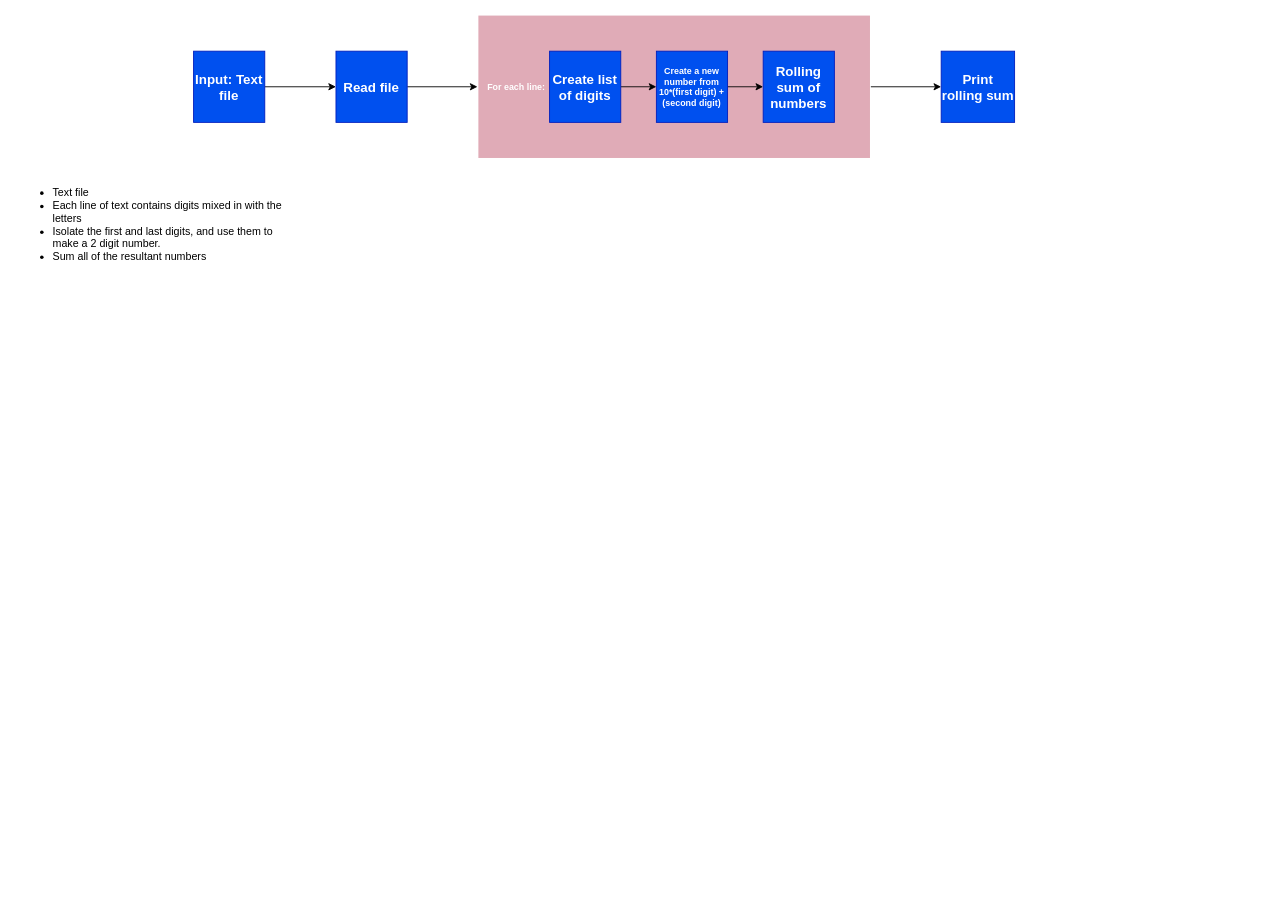
Before: Day1 Trebuchet.drawio in LouisC-H/Trebuchet, a draw.io diagram. Source tidied: cells renumbered, new cells numbered last; positions are measured from the earlier drawing's top-left corner, leaving out a move shared by most shapes. Both pictures are drawn from the tidied source at 89%, with x=0, y=0 at pixel (15, 15).
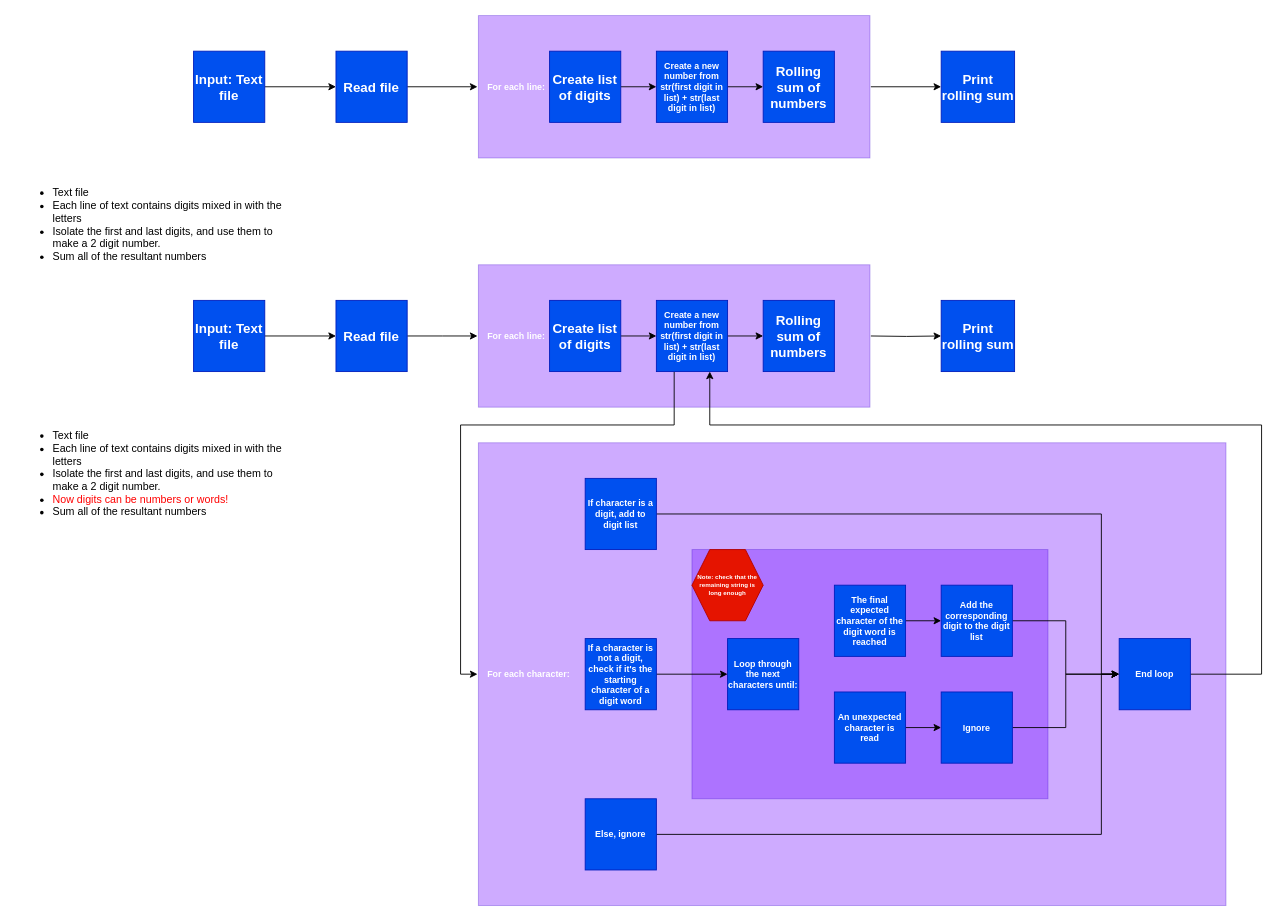
Above is the later version.

Change to the diagram source:
```diff
@@
+    <mxCell id="15" value="&lt;p style=&quot;line-height: 100%;&quot;&gt;&amp;nbsp; &amp;nbsp;For each character:&lt;/p&gt;" style="rounded=0;whiteSpace=wrap;html=1;fillColor=#6a00ff;fontColor=#ffffff;strokeColor=#3700CC;fontSize=10;fontStyle=1;align=left;opacity=33;perimeterSpacing=1;strokeWidth=1;verticalAlign=middle;" parent="1" vertex="1">
+      <mxGeometry x="520" y="480" width="840" height="520" as="geometry" />
+    </mxCell>
+    <mxCell id="16" value="&lt;p style=&quot;line-height: 100%;&quot;&gt;&lt;br&gt;&lt;/p&gt;" style="rounded=0;whiteSpace=wrap;html=1;fillColor=#6a00ff;fontColor=#ffffff;strokeColor=#3700CC;fontSize=10;fontStyle=1;align=left;opacity=33;perimeterSpacing=1;strokeWidth=1;verticalAlign=middle;" parent="1" vertex="1">
+      <mxGeometry x="760" y="600" width="400" height="280" as="geometry" />
+    </mxCell>
+    <mxCell id="17" value="&lt;p style=&quot;line-height: 100%;&quot;&gt;&amp;nbsp; &amp;nbsp;For each line:&lt;/p&gt;" style="rounded=0;whiteSpace=wrap;html=1;fillColor=#6a00ff;fontColor=#ffffff;strokeColor=#3700CC;fontSize=10;fontStyle=1;align=left;opacity=33;perimeterSpacing=1;strokeWidth=1;verticalAlign=middle;" parent="1" vertex="1">
+      <mxGeometry x="520" y="280" width="440" height="160" as="geometry" />
+    </mxCell>
@@
-    <mxCell id="8" value="&amp;nbsp; &amp;nbsp;For each line:" style="rounded=0;whiteSpace=wrap;html=1;fillColor=#a20025;fontColor=#ffffff;strokeColor=none;fontSize=10;fontStyle=1;align=left;opacity=33;perimeterSpacing=1;strokeWidth=1;" parent="1" vertex="1">
+    <mxCell id="8" value="&amp;nbsp; &amp;nbsp;For each line:" style="rounded=0;whiteSpace=wrap;html=1;fillColor=#6a00ff;fontColor=#ffffff;strokeColor=#3700CC;fontSize=10;fontStyle=1;align=left;opacity=33;perimeterSpacing=1;strokeWidth=1;" parent="1" vertex="1">
       <mxGeometry x="520" width="440" height="160" as="geometry" />
     </mxCell>
@@
-    <mxCell id="12" value="Create a new number from 10*(first digit) + (second digit)" style="rounded=0;whiteSpace=wrap;html=1;fillColor=#0050ef;fontColor=#ffffff;strokeColor=#001DBC;fontSize=10;fontStyle=1;" parent="1" vertex="1">
+    <mxCell id="12" value="Create a new number from str(first digit in list) + str(last digit in list)" style="rounded=0;whiteSpace=wrap;html=1;fillColor=#0050ef;fontColor=#ffffff;strokeColor=#001DBC;fontSize=10;fontStyle=1;" parent="1" vertex="1">
       <mxGeometry x="720" y="40" width="80" height="80" as="geometry" />
     </mxCell>
@@
+    <mxCell id="18" style="edgeStyle=orthogonalEdgeStyle;rounded=0;jettySize=auto;html=1;exitX=1;exitY=0.5;exitDx=0;exitDy=0;entryX=0;entryY=0.5;entryDx=0;entryDy=0;" parent="1" edge="1" source="19" target="22">
+      <mxGeometry relative="1" as="geometry" />
+    </mxCell>
+    <mxCell id="19" value="Input: Text file" style="rounded=0;whiteSpace=wrap;html=1;fillColor=#0050ef;fontColor=#ffffff;strokeColor=#001DBC;fontSize=15;fontStyle=1;" parent="1" vertex="1">
+      <mxGeometry x="200" y="320" width="80" height="80" as="geometry" />
+    </mxCell>
+    <mxCell id="20" value="&lt;div style=&quot;&quot;&gt;&lt;ul&gt;&lt;li&gt;&lt;span style=&quot;background-color: initial;&quot;&gt;Text file&lt;/span&gt;&lt;/li&gt;&lt;li&gt;Each line of text contains digits mixed in with the letters&lt;/li&gt;&lt;li&gt;Isolate the first and last digits, and use them to make a 2 digit number.&lt;/li&gt;&lt;li&gt;&lt;font color=&quot;#ff0000&quot;&gt;Now digits can be numbers or words!&lt;/font&gt;&lt;/li&gt;&lt;li&gt;Sum all of the resultant numbers&lt;/li&gt;&lt;/ul&gt;&lt;/div&gt;" style="text;html=1;strokeColor=none;fillColor=none;align=left;verticalAlign=middle;whiteSpace=wrap;rounded=0;" parent="1" vertex="1">
+      <mxGeometry y="440" width="300" height="150" as="geometry" />
+    </mxCell>
+    <mxCell id="21" style="edgeStyle=orthogonalEdgeStyle;rounded=0;jettySize=auto;html=1;exitX=1;exitY=0.5;exitDx=0;exitDy=0;entryX=0;entryY=0.5;entryDx=0;entryDy=0;" parent="1" edge="1" source="22">
+      <mxGeometry relative="1" as="geometry">
+        <mxPoint x="519" y="360" as="targetPoint" />
+      </mxGeometry>
+    </mxCell>
+    <mxCell id="22" value="Read file" style="rounded=0;whiteSpace=wrap;html=1;fillColor=#0050ef;fontColor=#ffffff;strokeColor=#001DBC;fontSize=15;fontStyle=1;" parent="1" vertex="1">
+      <mxGeometry x="360" y="320" width="80" height="80" as="geometry" />
+    </mxCell>
+    <mxCell id="23" style="edgeStyle=orthogonalEdgeStyle;rounded=0;jettySize=auto;html=1;" parent="1" edge="1" target="30">
+      <mxGeometry relative="1" as="geometry">
+        <mxPoint x="961" y="360" as="sourcePoint" />
+      </mxGeometry>
+    </mxCell>
+    <mxCell id="24" style="edgeStyle=orthogonalEdgeStyle;rounded=0;jettySize=auto;html=1;" parent="1" edge="1" source="25" target="28">
+      <mxGeometry relative="1" as="geometry" />
+    </mxCell>
+    <mxCell id="25" value="Create list of digits" style="rounded=0;whiteSpace=wrap;html=1;fillColor=#0050ef;fontColor=#ffffff;strokeColor=#001DBC;fontSize=15;fontStyle=1;" parent="1" vertex="1">
+      <mxGeometry x="600" y="320" width="80" height="80" as="geometry" />
+    </mxCell>
+    <mxCell id="26" style="edgeStyle=orthogonalEdgeStyle;rounded=0;jettySize=auto;html=1;" parent="1" edge="1" source="28" target="29">
+      <mxGeometry relative="1" as="geometry" />
+    </mxCell>
+    <mxCell id="27" style="edgeStyle=orthogonalEdgeStyle;rounded=0;jettySize=auto;html=1;exitX=0.25;exitY=1;exitDx=0;exitDy=0;entryX=0;entryY=0.5;entryDx=0;entryDy=0;" parent="1" edge="1" source="28" target="15">
+      <mxGeometry relative="1" as="geometry">
+        <Array as="points">
+          <mxPoint x="740" y="460" />
+          <mxPoint x="500" y="460" />
+          <mxPoint x="500" y="740" />
+        </Array>
+      </mxGeometry>
+    </mxCell>
+    <mxCell id="28" value="Create a new number from str(first digit in list) + str(last digit in list)" style="rounded=0;whiteSpace=wrap;html=1;fillColor=#0050ef;fontColor=#ffffff;strokeColor=#001DBC;fontSize=10;fontStyle=1;" parent="1" vertex="1">
+      <mxGeometry x="720" y="320" width="80" height="80" as="geometry" />
+    </mxCell>
+    <mxCell id="29" value="Rolling sum of numbers" style="rounded=0;whiteSpace=wrap;html=1;fillColor=#0050ef;fontColor=#ffffff;strokeColor=#001DBC;fontSize=15;fontStyle=1;" parent="1" vertex="1">
+      <mxGeometry x="840" y="320" width="80" height="80" as="geometry" />
+    </mxCell>
+    <mxCell id="30" value="Print rolling sum" style="rounded=0;whiteSpace=wrap;html=1;fillColor=#0050ef;fontColor=#ffffff;strokeColor=#001DBC;fontSize=15;fontStyle=1;" parent="1" vertex="1">
+      <mxGeometry x="1040" y="320" width="82.5" height="80" as="geometry" />
+    </mxCell>
+    <mxCell id="31" style="edgeStyle=orthogonalEdgeStyle;rounded=0;jettySize=auto;html=1;exitX=1;exitY=0.5;exitDx=0;exitDy=0;" parent="1" edge="1" source="32">
+      <mxGeometry relative="1" as="geometry">
+        <mxPoint x="1240" y="740" as="targetPoint" />
+        <Array as="points">
+          <mxPoint x="1220" y="560" />
+          <mxPoint x="1220" y="740" />
+        </Array>
+      </mxGeometry>
+    </mxCell>
+    <mxCell id="32" value="If character is a digit, add to digit list" style="rounded=0;whiteSpace=wrap;html=1;fillColor=#0050ef;fontColor=#ffffff;strokeColor=#001DBC;fontSize=10;fontStyle=1;" parent="1" vertex="1">
+      <mxGeometry x="640" y="520" width="80" height="80" as="geometry" />
+    </mxCell>
+    <mxCell id="33" style="edgeStyle=orthogonalEdgeStyle;rounded=0;jettySize=auto;html=1;" parent="1" edge="1" source="34" target="39">
+      <mxGeometry relative="1" as="geometry" />
+    </mxCell>
+    <mxCell id="34" value="If a character is not a digit, check if it's the starting character of a digit word" style="rounded=0;whiteSpace=wrap;html=1;fillColor=#0050ef;fontColor=#ffffff;strokeColor=#001DBC;fontSize=10;fontStyle=1;" parent="1" vertex="1">
+      <mxGeometry x="640" y="700" width="80" height="80" as="geometry" />
+    </mxCell>
+    <mxCell id="35" style="edgeStyle=orthogonalEdgeStyle;rounded=0;jettySize=auto;html=1;exitX=1;exitY=0.5;exitDx=0;exitDy=0;entryX=0.75;entryY=1;entryDx=0;entryDy=0;" parent="1" edge="1" source="36" target="28">
+      <mxGeometry relative="1" as="geometry">
+        <Array as="points">
+          <mxPoint x="1400" y="740" />
+          <mxPoint x="1400" y="460" />
+          <mxPoint x="780" y="460" />
+        </Array>
+      </mxGeometry>
+    </mxCell>
+    <mxCell id="36" value="End loop" style="rounded=0;whiteSpace=wrap;html=1;fillColor=#0050ef;fontColor=#ffffff;strokeColor=#001DBC;fontSize=10;fontStyle=1;" parent="1" vertex="1">
+      <mxGeometry x="1240" y="700" width="80" height="80" as="geometry" />
+    </mxCell>
+    <mxCell id="37" style="edgeStyle=orthogonalEdgeStyle;rounded=0;jettySize=auto;html=1;exitX=1;exitY=0.5;exitDx=0;exitDy=0;entryX=0;entryY=0.5;entryDx=0;entryDy=0;" parent="1" edge="1" source="38" target="36">
+      <mxGeometry relative="1" as="geometry">
+        <Array as="points">
+          <mxPoint x="1220" y="920" />
+          <mxPoint x="1220" y="740" />
+        </Array>
+      </mxGeometry>
+    </mxCell>
+    <mxCell id="38" value="Else, ignore" style="rounded=0;whiteSpace=wrap;html=1;fillColor=#0050ef;fontColor=#ffffff;strokeColor=#001DBC;fontSize=10;fontStyle=1;" parent="1" vertex="1">
+      <mxGeometry x="640" y="880" width="80" height="80" as="geometry" />
+    </mxCell>
+    <mxCell id="39" value="Loop through the next characters until:" style="rounded=0;whiteSpace=wrap;html=1;fillColor=#0050ef;fontColor=#ffffff;strokeColor=#001DBC;fontSize=10;fontStyle=1;" parent="1" vertex="1">
+      <mxGeometry x="800" y="700" width="80" height="80" as="geometry" />
+    </mxCell>
+    <mxCell id="40" style="edgeStyle=orthogonalEdgeStyle;rounded=0;jettySize=auto;html=1;exitX=1;exitY=0.5;exitDx=0;exitDy=0;" parent="1" edge="1" source="41" target="45">
+      <mxGeometry relative="1" as="geometry" />
+    </mxCell>
+    <mxCell id="41" value="The final expected character of the digit word is reached" style="rounded=0;whiteSpace=wrap;html=1;fillColor=#0050ef;fontColor=#ffffff;strokeColor=#001DBC;fontSize=10;fontStyle=1;" parent="1" vertex="1">
+      <mxGeometry x="920" y="640" width="80" height="80" as="geometry" />
+    </mxCell>
+    <mxCell id="42" style="edgeStyle=orthogonalEdgeStyle;rounded=0;jettySize=auto;html=1;exitX=1;exitY=0.5;exitDx=0;exitDy=0;entryX=0;entryY=0.5;entryDx=0;entryDy=0;" parent="1" edge="1" source="43" target="47">
+      <mxGeometry relative="1" as="geometry" />
+    </mxCell>
+    <mxCell id="43" value="An unexpected character is read" style="rounded=0;whiteSpace=wrap;html=1;fillColor=#0050ef;fontColor=#ffffff;strokeColor=#001DBC;fontSize=10;fontStyle=1;" parent="1" vertex="1">
+      <mxGeometry x="920" y="760" width="80" height="80" as="geometry" />
+    </mxCell>
+    <mxCell id="44" style="edgeStyle=orthogonalEdgeStyle;rounded=0;jettySize=auto;html=1;exitX=1;exitY=0.5;exitDx=0;exitDy=0;" parent="1" edge="1" source="45">
+      <mxGeometry relative="1" as="geometry">
+        <mxPoint x="1240" y="740" as="targetPoint" />
+        <Array as="points">
+          <mxPoint x="1180" y="680" />
+          <mxPoint x="1180" y="740" />
+        </Array>
+      </mxGeometry>
+    </mxCell>
+    <mxCell id="45" value="Add the corresponding digit to the digit list" style="rounded=0;whiteSpace=wrap;html=1;fillColor=#0050ef;fontColor=#ffffff;strokeColor=#001DBC;fontSize=10;fontStyle=1;" parent="1" vertex="1">
+      <mxGeometry x="1040" y="640" width="80" height="80" as="geometry" />
+    </mxCell>
+    <mxCell id="46" style="edgeStyle=orthogonalEdgeStyle;rounded=0;jettySize=auto;html=1;exitX=1;exitY=0.5;exitDx=0;exitDy=0;entryX=0;entryY=0.5;entryDx=0;entryDy=0;" parent="1" edge="1" source="47" target="36">
+      <mxGeometry relative="1" as="geometry" />
+    </mxCell>
+    <mxCell id="47" value="Ignore" style="rounded=0;whiteSpace=wrap;html=1;fillColor=#0050ef;fontColor=#ffffff;strokeColor=#001DBC;fontSize=10;fontStyle=1;" parent="1" vertex="1">
+      <mxGeometry x="1040" y="760" width="80" height="80" as="geometry" />
+    </mxCell>
+    <mxCell id="48" value="Note: check that the remaining string is long enough" style="shape=hexagon;perimeter=hexagonPerimeter2;whiteSpace=wrap;html=1;fixedSize=1;fillColor=#e51400;fontColor=#ffffff;strokeColor=#B20000;fontStyle=1;fontSize=7;" parent="1" vertex="1">
+      <mxGeometry x="760" y="600" width="80" height="80" as="geometry" />
+    </mxCell>
```
